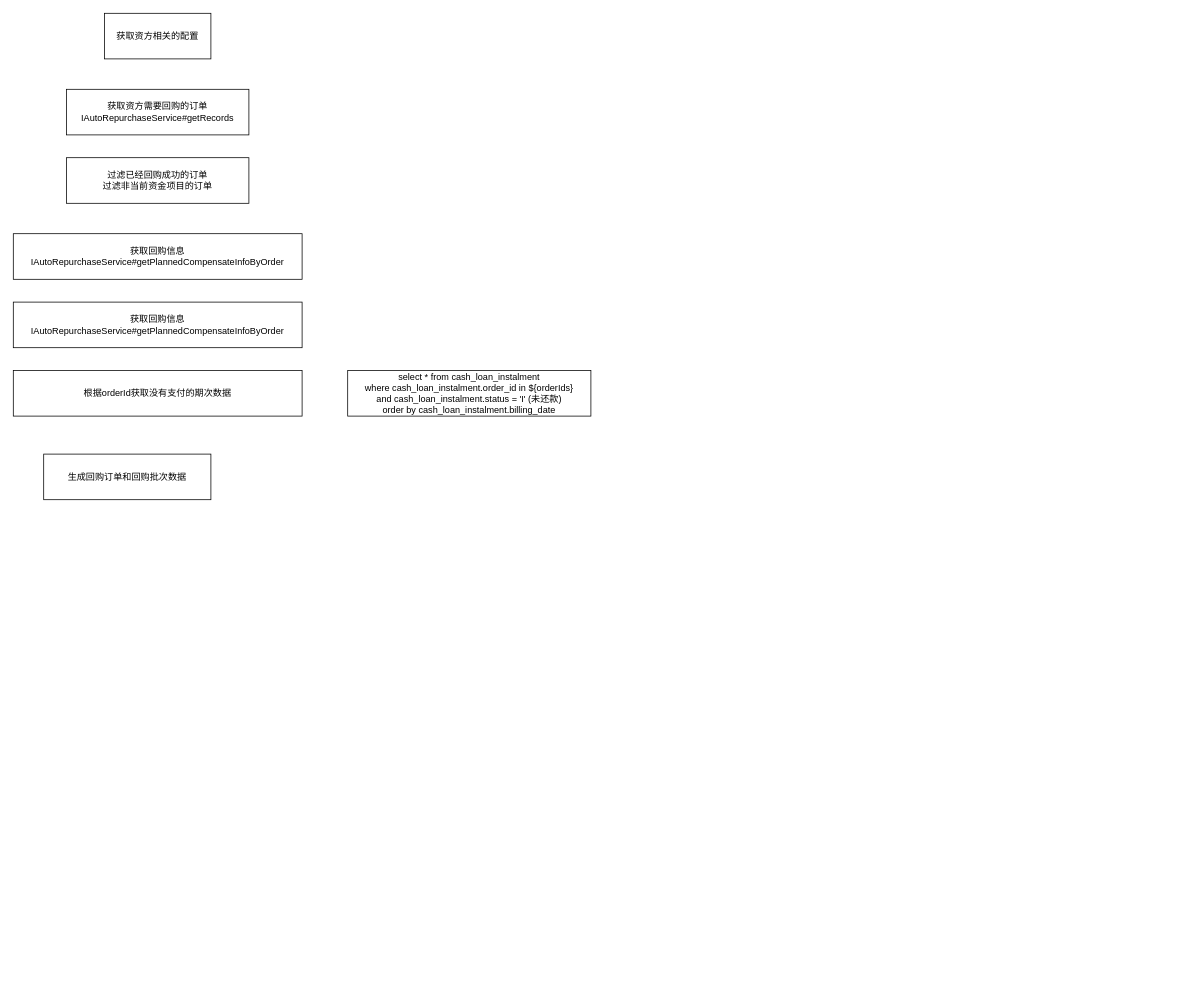
Earlier version of the draw.io diagram page "回购" (4 of 13) of yqg/业务梳理.drawio (erlieStar/diagrams). Source tidied: cells renumbered, new cells numbered last; positions are measured from the earlier drawing's top-left corner, leaving out a move shared by most shapes. Both pictures are drawn from the tidied source at 76%, with x=0, y=0 at pixel (13, 13).
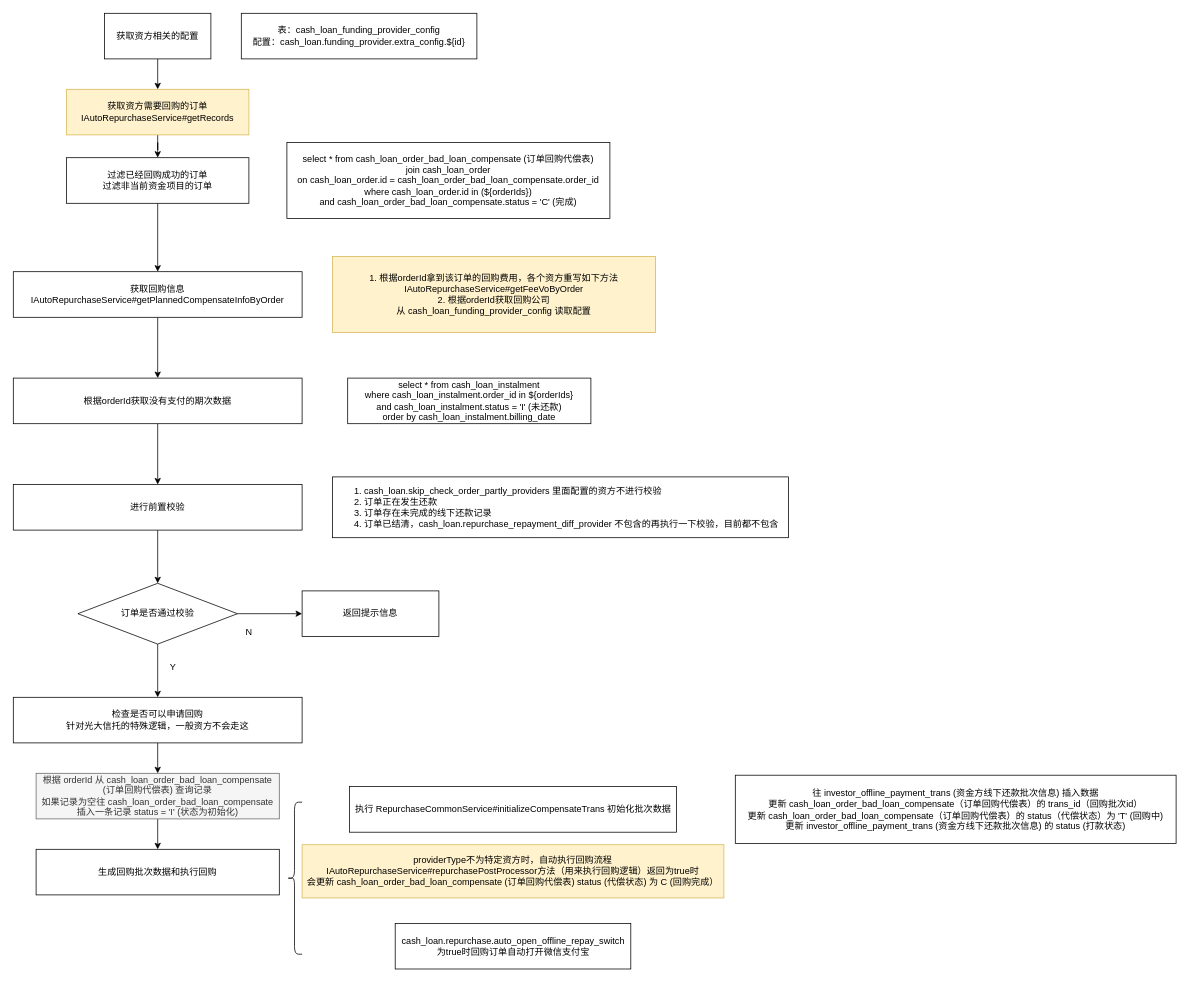
After the change.

Unchanged cells that the change refers to:
```xml
<mxCell id="2" value="获取资方相关的配置" style="rounded=0;whiteSpace=wrap;html=1;" parent="1" vertex="1">
  <mxGeometry x="120" width="140" height="60" as="geometry" />
</mxCell>
<mxCell id="4" value="过滤已经回购成功的订单&lt;br&gt;过滤非当前资金项目的订单" style="rounded=0;whiteSpace=wrap;html=1;" parent="1" vertex="1">
  <mxGeometry x="70" y="190" width="240" height="60" as="geometry" />
</mxCell>
```

What changed in the source:
```diff
@@
+    <mxCell id="10" style="edgeStyle=orthogonalEdgeStyle;rounded=0;jettySize=auto;html=1;exitX=0.5;exitY=1;exitDx=0;exitDy=0;entryX=0.5;entryY=0;entryDx=0;entryDy=0;" parent="1" edge="1" source="2" target="3">
+      <mxGeometry relative="1" as="geometry" />
+    </mxCell>
@@
+    <mxCell id="11" style="edgeStyle=orthogonalEdgeStyle;rounded=0;jettySize=auto;html=1;exitX=0.5;exitY=1;exitDx=0;exitDy=0;" parent="1" edge="1" source="3" target="4">
+      <mxGeometry relative="1" as="geometry" />
+    </mxCell>
-    <mxCell id="3" value="获取资方需要回购的订单&lt;br style=&quot;border-color: var(--border-color);&quot;&gt;&lt;span style=&quot;&quot;&gt;IAutoRepurchaseService#getRecords&lt;/span&gt;" style="rounded=0;whiteSpace=wrap;html=1;" parent="1" vertex="1">
+    <mxCell id="3" value="获取资方需要回购的订单&lt;br style=&quot;border-color: var(--border-color);&quot;&gt;&lt;span style=&quot;&quot;&gt;IAutoRepurchaseService#getRecords&lt;/span&gt;" style="rounded=0;whiteSpace=wrap;html=1;fillColor=#fff2cc;strokeColor=#d6b656;" parent="1" vertex="1">
       <mxGeometry x="70" y="100" width="240" height="60" as="geometry" />
     </mxCell>
+    <mxCell id="12" style="edgeStyle=orthogonalEdgeStyle;rounded=0;jettySize=auto;html=1;exitX=0.5;exitY=1;exitDx=0;exitDy=0;" parent="1" edge="1" source="4" target="5">
+      <mxGeometry relative="1" as="geometry" />
+    </mxCell>
@@
+    <mxCell id="13" style="edgeStyle=orthogonalEdgeStyle;rounded=0;jettySize=auto;html=1;exitX=0.5;exitY=1;exitDx=0;exitDy=0;entryX=0.5;entryY=0;entryDx=0;entryDy=0;" parent="1" edge="1" source="5" target="7">
+      <mxGeometry relative="1" as="geometry" />
+    </mxCell>
     <mxCell id="5" value="获取回购信息&lt;br&gt;IAutoRepurchaseService#getPlannedCompensateInfoByOrder" style="rounded=0;whiteSpace=wrap;html=1;" parent="1" vertex="1">
-      <mxGeometry y="290" width="380" height="60" as="geometry" />
+      <mxGeometry y="340" width="380" height="60" as="geometry" />
     </mxCell>
+    <mxCell id="14" style="edgeStyle=orthogonalEdgeStyle;rounded=0;jettySize=auto;html=1;exitX=0.5;exitY=1;exitDx=0;exitDy=0;entryX=0.5;entryY=0;entryDx=0;entryDy=0;" parent="1" edge="1" source="6" target="24">
+      <mxGeometry relative="1" as="geometry" />
+    </mxCell>
-    <mxCell id="6" value="获取回购信息&lt;br&gt;IAutoRepurchaseService#getPlannedCompensateInfoByOrder" style="rounded=0;whiteSpace=wrap;html=1;" parent="1" vertex="1">
-      <mxGeometry y="380" width="380" height="60" as="geometry" />
+    <mxCell id="6" value="进行前置校验" style="rounded=0;whiteSpace=wrap;html=1;" parent="1" vertex="1">
+      <mxGeometry y="620" width="380" height="60" as="geometry" />
     </mxCell>
+    <mxCell id="15" style="edgeStyle=orthogonalEdgeStyle;rounded=0;jettySize=auto;html=1;exitX=0.5;exitY=1;exitDx=0;exitDy=0;entryX=0.5;entryY=0;entryDx=0;entryDy=0;" parent="1" edge="1" source="7" target="6">
+      <mxGeometry relative="1" as="geometry" />
+    </mxCell>
     <mxCell id="7" value="根据orderId获取没有支付的期次数据" style="rounded=0;whiteSpace=wrap;html=1;" parent="1" vertex="1">
-      <mxGeometry y="470" width="380" height="60" as="geometry" />
+      <mxGeometry y="480" width="380" height="60" as="geometry" />
     </mxCell>
     <mxCell id="8" value="&lt;div&gt;select * from cash_loan_instalment&lt;/div&gt;&lt;div&gt;where cash_loan_instalment.order_id in ${orderIds}&lt;/div&gt;&lt;div&gt;and cash_loan_instalment.status = 'I' (未还款)&lt;/div&gt;&lt;div&gt;order by cash_loan_instalment.billing_date&lt;/div&gt;" style="whiteSpace=wrap;html=1;" parent="1" vertex="1">
-      <mxGeometry x="440" y="470" width="320" height="60" as="geometry" />
+      <mxGeometry x="440" y="480" width="320" height="60" as="geometry" />
     </mxCell>
+    <mxCell id="16" style="edgeStyle=orthogonalEdgeStyle;rounded=0;jettySize=auto;html=1;exitX=0.5;exitY=1;exitDx=0;exitDy=0;" parent="1" edge="1" source="9">
+      <mxGeometry relative="1" as="geometry">
+        <mxPoint x="190" y="1100" as="targetPoint" />
+      </mxGeometry>
+    </mxCell>
-    <mxCell id="9" value="生成回购订单和回购批次数据" style="rounded=0;whiteSpace=wrap;html=1;" parent="1" vertex="1">
-      <mxGeometry x="40" y="580" width="220" height="60" as="geometry" />
+    <mxCell id="9" value="&lt;div&gt;根据 orderId 从 cash_loan_order_bad_loan_compensate (订单回购代偿表) 查询记录&lt;/div&gt;&lt;div&gt;如果记录为空往 cash_loan_order_bad_loan_compensate 插入一条记录 status = 'I' (状态为初始化)&lt;/div&gt;" style="rounded=0;whiteSpace=wrap;html=1;fillColor=#f5f5f5;fontColor=#333333;strokeColor=#666666;" parent="1" vertex="1">
+      <mxGeometry x="30" y="1000" width="320" height="60" as="geometry" />
     </mxCell>
+    <mxCell id="17" value="&lt;div&gt;表：cash_loan_funding_provider_config&lt;/div&gt;&lt;div&gt;配置：cash_loan.funding_provider.extra_config.${id}&lt;/div&gt;" style="rounded=0;whiteSpace=wrap;html=1;" parent="1" vertex="1">
+      <mxGeometry x="300" width="310" height="60" as="geometry" />
+    </mxCell>
+    <mxCell id="18" value="&lt;div&gt;select * from cash_loan_order_bad_loan_compensate (订单回购代偿表)&lt;/div&gt;&lt;div&gt;join cash_loan_order&lt;/div&gt;&lt;div&gt;on cash_loan_order.id = cash_loan_order_bad_loan_compensate.order_id&lt;/div&gt;&lt;div&gt;where cash_loan_order.id in (${orderIds})&lt;/div&gt;&lt;div&gt;and cash_loan_order_bad_loan_compensate.status = 'C' (完成)&lt;/div&gt;" style="rounded=0;whiteSpace=wrap;html=1;" parent="1" vertex="1">
+      <mxGeometry x="360" y="170" width="425" height="100" as="geometry" />
+    </mxCell>
+    <mxCell id="19" value="1. 根据orderId拿到该订单的回购费用，各个资方重写如下方法&lt;br&gt;IAutoRepurchaseService#getFeeVoByOrder&lt;br&gt;2. 根据orderId获取回购公司&lt;br&gt;从&amp;nbsp;cash_loan_funding_provider_config 读取配置" style="rounded=0;whiteSpace=wrap;html=1;fillColor=#fff2cc;strokeColor=#d6b656;" parent="1" vertex="1">
+      <mxGeometry x="420" y="320" width="425" height="100" as="geometry" />
+    </mxCell>
+    <mxCell id="20" style="edgeStyle=orthogonalEdgeStyle;rounded=0;jettySize=auto;html=1;exitX=0.5;exitY=1;exitDx=0;exitDy=0;" parent="1" edge="1" source="21" target="9">
+      <mxGeometry relative="1" as="geometry" />
+    </mxCell>
+    <mxCell id="21" value="检查是否可以申请回购&lt;br&gt;针对光大信托的特殊逻辑，一般资方不会走这" style="rounded=0;whiteSpace=wrap;html=1;" parent="1" vertex="1">
+      <mxGeometry y="900" width="380" height="60" as="geometry" />
+    </mxCell>
+    <mxCell id="22" style="edgeStyle=orthogonalEdgeStyle;rounded=0;jettySize=auto;html=1;exitX=0.5;exitY=1;exitDx=0;exitDy=0;entryX=0.5;entryY=0;entryDx=0;entryDy=0;" parent="1" edge="1" source="24" target="21">
+      <mxGeometry relative="1" as="geometry" />
+    </mxCell>
+    <mxCell id="23" style="edgeStyle=orthogonalEdgeStyle;rounded=0;jettySize=auto;html=1;exitX=1;exitY=0.5;exitDx=0;exitDy=0;entryX=0;entryY=0.5;entryDx=0;entryDy=0;" parent="1" edge="1" source="24" target="26">
+      <mxGeometry relative="1" as="geometry" />
+    </mxCell>
+    <mxCell id="24" value="订单是否通过校验" style="rhombus;whiteSpace=wrap;html=1;" parent="1" vertex="1">
+      <mxGeometry x="85" y="750" width="210" height="80" as="geometry" />
+    </mxCell>
+    <mxCell id="25" value="Y" style="text;html=1;align=center;verticalAlign=middle;strokeColor=none;fillColor=none;" parent="1" vertex="1">
+      <mxGeometry x="195" y="845" width="30" height="30" as="geometry" />
+    </mxCell>
+    <mxCell id="26" value="返回提示信息" style="rounded=0;whiteSpace=wrap;html=1;" parent="1" vertex="1">
+      <mxGeometry x="380" y="760" width="180" height="60" as="geometry" />
+    </mxCell>
+    <mxCell id="27" value="N" style="text;html=1;align=center;verticalAlign=middle;strokeColor=none;fillColor=none;" parent="1" vertex="1">
+      <mxGeometry x="295" y="800" width="30" height="30" as="geometry" />
+    </mxCell>
+    <mxCell id="28" value="&lt;div&gt;&lt;ol&gt;&lt;li&gt;cash_loan.skip_check_order_partly_providers 里面配置的资方不进行校验&lt;/li&gt;&lt;li&gt;订单正在发生还款&lt;/li&gt;&lt;li&gt;订单存在未完成的线下还款记录&lt;/li&gt;&lt;li&gt;订单已结清，cash_loan.repurchase_repayment_diff_provider 不包含的再执行一下校验，目前都不包含&lt;/li&gt;&lt;/ol&gt;&lt;/div&gt;" style="rounded=0;whiteSpace=wrap;html=1;align=left;" parent="1" vertex="1">
+      <mxGeometry x="420" y="610" width="600" height="80" as="geometry" />
+    </mxCell>
+    <mxCell id="29" value="生成回购批次数据和执行回购" style="rounded=0;whiteSpace=wrap;html=1;" parent="1" vertex="1">
+      <mxGeometry x="30" y="1100" width="320" height="60" as="geometry" />
+    </mxCell>
+    <mxCell id="30" value="&lt;div&gt;providerType不为特定资方时，自动执行回购流程&lt;/div&gt;&lt;div&gt;IAutoRepurchaseService#repurchasePostProcessor方法（用来执行回购逻辑）返回为true时&lt;/div&gt;&lt;div&gt;会更新 cash_loan_order_bad_loan_compensate (订单回购代偿表) status (代偿状态) 为 C (回购完成）&lt;/div&gt;" style="rounded=0;whiteSpace=wrap;html=1;fillColor=#fff2cc;strokeColor=#d6b656;" parent="1" vertex="1">
+      <mxGeometry x="380" y="1094" width="555" height="70" as="geometry" />
+    </mxCell>
+    <mxCell id="31" value="cash_loan.repurchase.auto_open_offline_repay_switch 为true时回购订单自动打开微信支付宝" style="rounded=0;whiteSpace=wrap;html=1;" parent="1" vertex="1">
+      <mxGeometry x="502.5" y="1197.5" width="310" height="60" as="geometry" />
+    </mxCell>
+    <mxCell id="32" value="执行 RepurchaseCommonService#initializeCompensateTrans 初始化批次数据" style="rounded=0;whiteSpace=wrap;html=1;" parent="1" vertex="1">
+      <mxGeometry x="442.5" y="1017.5" width="430" height="60" as="geometry" />
+    </mxCell>
+    <mxCell id="33" value="&lt;div&gt;往 investor_offline_payment_trans (资金方线下还款批次信息) 插入数据&lt;/div&gt;&lt;div&gt;更新 cash_loan_order_bad_loan_compensate（订单回购代偿表）的 trans_id（回购批次id）&lt;/div&gt;&lt;div&gt;更新 cash_loan_order_bad_loan_compensate（订单回购代偿表）的 status（代偿状态）为 'T' (回购中)&lt;/div&gt;&lt;div&gt;更新 investor_offline_payment_trans (资金方线下还款批次信息) 的 status (打款状态)&lt;/div&gt;" style="rounded=0;whiteSpace=wrap;html=1;" parent="1" vertex="1">
+      <mxGeometry x="950" y="1002.5" width="580" height="90" as="geometry" />
+    </mxCell>
+    <mxCell id="34" style="shape=curlyBracket;whiteSpace=wrap;html=1;rounded=1;labelPosition=left;verticalLabelPosition=middle;align=right;verticalAlign=middle;" parent="1" vertex="1">
+      <mxGeometry x="360" y="1038" width="20" height="200" as="geometry" />
+    </mxCell>
```
